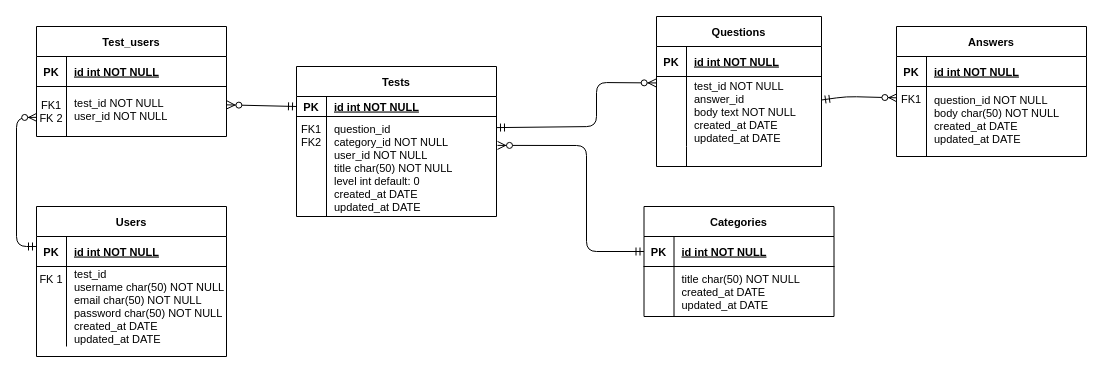
birzhans/test-guru keeps this draw.io diagram as er-test-guru.drawio. Above is the earlier version. Source tidied: cells renumbered, new cells numbered last; positions are measured from the earlier drawing's top-left corner, leaving out a move shared by most shapes. Both pictures are drawn from the tidied source at 100%, with x=0, y=0 at pixel (16, 16).
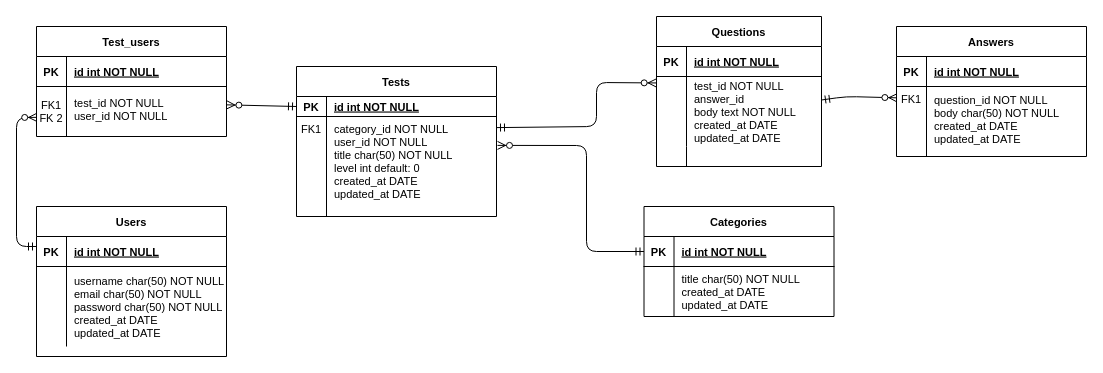
The same diagram, later.

Unchanged cells that the change refers to:
```xml
<mxCell id="25" style="shape=partialRectangle;fillColor=none;points=[[0,0.5],[1,0.5]];portConstraint=eastwest;top=0;left=0;right=0;bottom=0;fontSize=11;" parent="21" vertex="1">
  <mxGeometry y="50" width="200" height="100" as="geometry" />
</mxCell>
<mxCell id="47" style="shape=partialRectangle;fillColor=none;top=0;left=0;right=0;bottom=0;fontSize=11;" parent="43" vertex="1">
  <mxGeometry y="60" width="190" height="80" as="geometry" />
</mxCell>
```

Diff of the diagram source:
```diff
@@
-    <mxCell id="26" value="FK1&#10;FK2" style="shape=partialRectangle;overflow=hidden;fillColor=none;top=0;left=0;bottom=0;right=0;fontSize=11;verticalAlign=top;" parent="25" vertex="1">
+    <mxCell id="26" value="FK1&#10;" style="shape=partialRectangle;overflow=hidden;fillColor=none;top=0;left=0;bottom=0;right=0;fontSize=11;verticalAlign=top;" parent="25" vertex="1">
       <mxGeometry width="30" height="100" as="geometry" />
     </mxCell>
-    <mxCell id="27" value="question_id &#10;category_id NOT NULL&#10;user_id NOT NULL&#10;title char(50) NOT NULL&#10;level int default: 0&#10;created_at DATE&#10;updated_at DATE" style="shape=partialRectangle;overflow=hidden;fillColor=none;top=0;left=0;bottom=0;right=0;align=left;spacingLeft=6;fontSize=11;spacing=2;verticalAlign=top;" parent="25" vertex="1">
+    <mxCell id="27" value="category_id NOT NULL&#10;user_id NOT NULL&#10;title char(50) NOT NULL&#10;level int default: 0&#10;created_at DATE&#10;updated_at DATE" style="shape=partialRectangle;overflow=hidden;fillColor=none;top=0;left=0;bottom=0;right=0;align=left;spacingLeft=6;fontSize=11;spacing=2;verticalAlign=top;" parent="25" vertex="1">
       <mxGeometry x="30" width="170" height="100" as="geometry" />
     </mxCell>
@@
-    <mxCell id="48" value="FK 1" style="shape=partialRectangle;overflow=hidden;fillColor=none;top=0;left=0;bottom=0;right=0;fontSize=11;verticalAlign=top;" parent="47" vertex="1">
+    <mxCell id="48" style="shape=partialRectangle;overflow=hidden;fillColor=none;top=0;left=0;bottom=0;right=0;fontSize=11;verticalAlign=top;" parent="47" vertex="1">
       <mxGeometry width="30" height="80" as="geometry" />
     </mxCell>
-    <mxCell id="49" value="test_id&#10;username char(50) NOT NULL&#10;email char(50) NOT NULL&#10;password char(50) NOT NULL&#10;created_at DATE&#10;updated_at DATE" style="shape=partialRectangle;overflow=hidden;fillColor=none;top=0;left=0;bottom=0;right=0;align=left;spacingLeft=6;fontSize=11;" parent="47" vertex="1">
+    <mxCell id="49" value="username char(50) NOT NULL&#10;email char(50) NOT NULL&#10;password char(50) NOT NULL&#10;created_at DATE&#10;updated_at DATE" style="shape=partialRectangle;overflow=hidden;fillColor=none;top=0;left=0;bottom=0;right=0;align=left;spacingLeft=6;fontSize=11;" parent="47" vertex="1">
       <mxGeometry x="30" width="160" height="80" as="geometry" />
     </mxCell>
```
